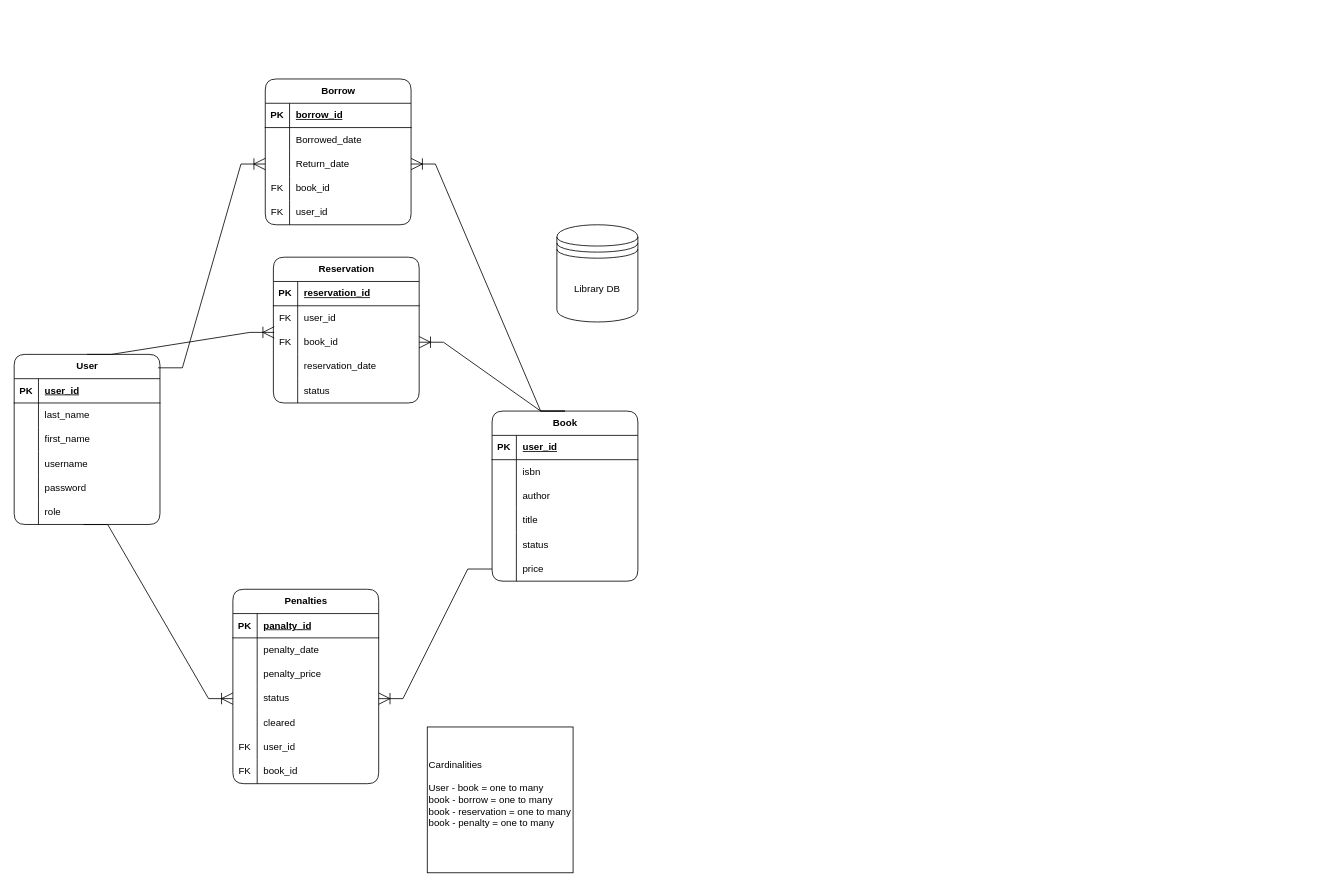
Above: library_system/librarysystemrevised.drawio in ellerib/AP3 (draw.io), before the change. Source tidied: cells renumbered, new cells numbered last; positions are measured from the earlier drawing's top-left corner, leaving out a move shared by most shapes. Both pictures are drawn from the tidied source at 81%, with x=0, y=0 at pixel (14, -51).
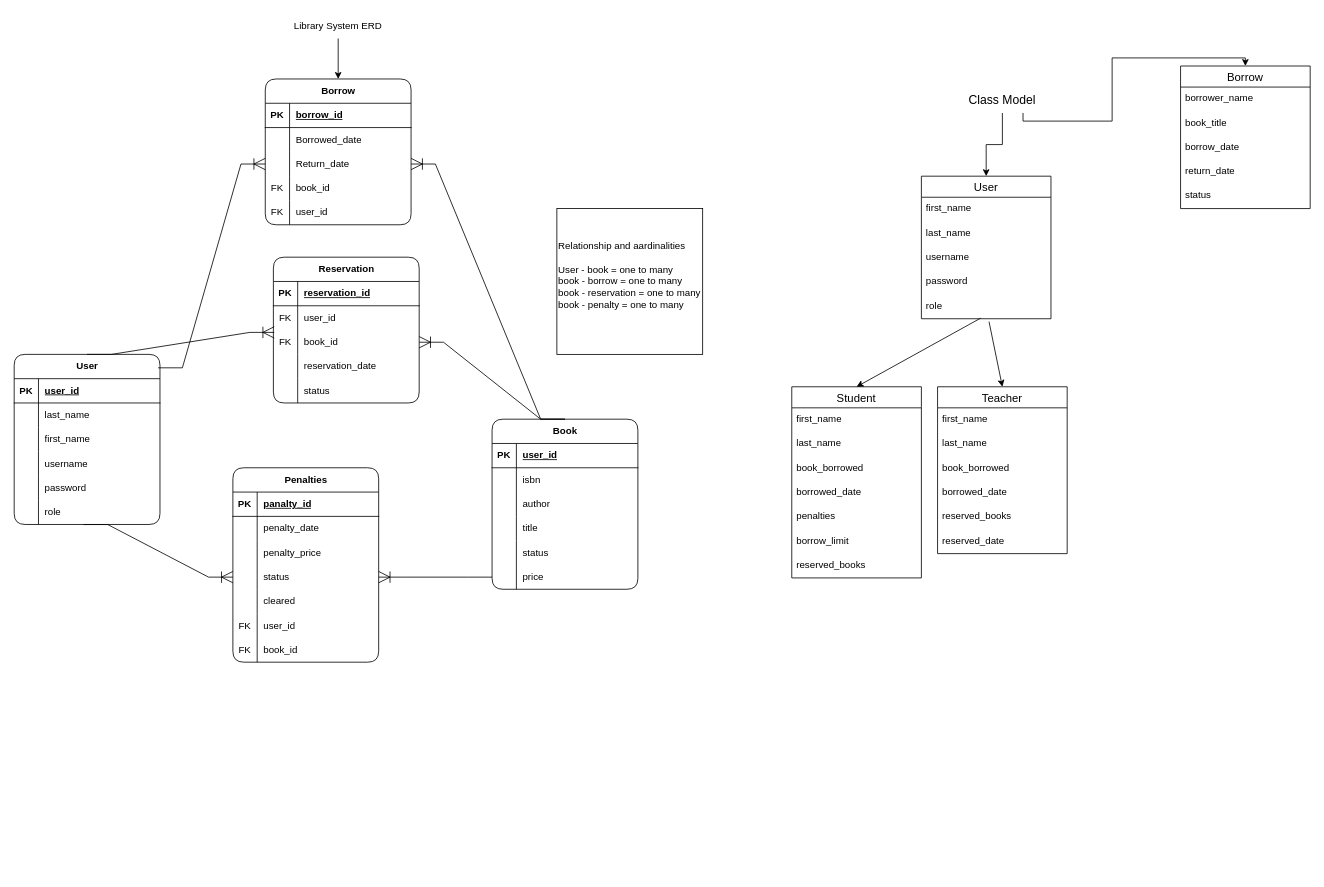
The same page after the edit.

Unchanged cells that the change refers to:
```xml
<mxCell id="41" value="Borrow" style="shape=table;startSize=30;childLayout=tableLayout;rowLines=0;fontStyle=1;align=center;html=1;rounded=1;" parent="1" vertex="1">
  <mxGeometry x="310" y="160" width="180" height="180" as="geometry" />
</mxCell>
```

What changed in the source:
```diff
@@
     <mxCell id="21" value="Book" style="shape=table;startSize=30;childLayout=tableLayout;rowLines=0;fontStyle=1;align=center;html=1;rounded=1;" parent="1" vertex="1">
-      <mxGeometry x="590" y="570" width="180" height="210" as="geometry" />
+      <mxGeometry x="590" y="580" width="180" height="210" as="geometry" />
     </mxCell>
@@
-    <mxCell id="40" value="Library DB" style="shape=datastore;whiteSpace=wrap;html=1;" parent="1" vertex="1">
-      <mxGeometry x="670" y="340" width="100" height="120" as="geometry" />
-    </mxCell>
@@
     <mxCell id="73" value="Penalties" style="shape=table;startSize=30;childLayout=tableLayout;rowLines=0;fontStyle=1;align=center;html=1;rounded=1;" parent="1" vertex="1">
-      <mxGeometry x="270" y="790" width="180" height="240" as="geometry" />
+      <mxGeometry x="270" y="640" width="180" height="240" as="geometry" />
     </mxCell>
@@
-    <mxCell id="101" value="&lt;div&gt;&lt;font&gt;Cardinalities&lt;/font&gt;&lt;/div&gt;&lt;div&gt;&lt;font&gt;&lt;br&gt;&lt;/font&gt;&lt;/div&gt;&lt;div&gt;&lt;font&gt;User - book = one to many&lt;/font&gt;&lt;/div&gt;&lt;div&gt;&lt;font&gt;book - borrow = one to many&lt;/font&gt;&lt;/div&gt;&lt;div&gt;&lt;font&gt;book - reservation = one to many&lt;/font&gt;&lt;/div&gt;&lt;div&gt;&lt;font&gt;book - penalty = one to many&lt;/font&gt;&lt;/div&gt;&lt;div&gt;&lt;br&gt;&lt;/div&gt;" style="whiteSpace=wrap;html=1;align=left;fontSize=12;" parent="1" vertex="1">
-      <mxGeometry x="510" y="960" width="180" height="180" as="geometry" />
+    <mxCell id="101" value="&lt;div&gt;&lt;font&gt;Relationship and aardinalities&lt;/font&gt;&lt;/div&gt;&lt;div&gt;&lt;font&gt;&lt;br&gt;&lt;/font&gt;&lt;/div&gt;&lt;div&gt;&lt;font&gt;User - book = one to many&lt;/font&gt;&lt;/div&gt;&lt;div&gt;&lt;font&gt;book - borrow = one to many&lt;/font&gt;&lt;/div&gt;&lt;div&gt;&lt;font&gt;book - reservation = one to many&lt;/font&gt;&lt;/div&gt;&lt;div&gt;&lt;font&gt;book - penalty = one to many&lt;/font&gt;&lt;/div&gt;&lt;div&gt;&lt;br&gt;&lt;/div&gt;" style="whiteSpace=wrap;html=1;align=left;fontSize=12;" parent="1" vertex="1">
+      <mxGeometry x="670" y="320" width="180" height="180" as="geometry" />
     </mxCell>
+    <mxCell id="102" value="User" style="swimlane;fontStyle=0;horizontal=1;startSize=26;align=center;fontSize=14;" parent="1" vertex="1">
+      <mxGeometry x="1120" y="280" width="160" height="176" as="geometry" />
+    </mxCell>
+    <mxCell id="103" value="first_name" style="text;strokeColor=none;fillColor=none;spacingLeft=4;spacingRight=4;overflow=hidden;fontSize=12;whiteSpace=wrap;html=1;" parent="102" vertex="1">
+      <mxGeometry y="26" width="160" height="30" as="geometry" />
+    </mxCell>
+    <mxCell id="104" value="last_name" style="text;strokeColor=none;fillColor=none;spacingLeft=4;spacingRight=4;overflow=hidden;fontSize=12;whiteSpace=wrap;html=1;" parent="102" vertex="1">
+      <mxGeometry y="56" width="160" height="30" as="geometry" />
+    </mxCell>
+    <mxCell id="105" value="username" style="text;strokeColor=none;fillColor=none;spacingLeft=4;spacingRight=4;overflow=hidden;fontSize=12;whiteSpace=wrap;html=1;" parent="102" vertex="1">
+      <mxGeometry y="86" width="160" height="30" as="geometry" />
+    </mxCell>
+    <mxCell id="106" value="password" style="text;strokeColor=none;fillColor=none;spacingLeft=4;spacingRight=4;overflow=hidden;fontSize=12;whiteSpace=wrap;html=1;" parent="102" vertex="1">
+      <mxGeometry y="116" width="160" height="30" as="geometry" />
+    </mxCell>
+    <mxCell id="107" value="role" style="text;strokeColor=none;fillColor=none;spacingLeft=4;spacingRight=4;overflow=hidden;points=[[0,0.5],[1,0.5]];portConstraint=eastwest;fontSize=12;whiteSpace=wrap;html=1;" parent="102" vertex="1">
+      <mxGeometry y="146" width="160" height="30" as="geometry" />
+    </mxCell>
+    <mxCell id="108" value="Student" style="swimlane;fontStyle=0;horizontal=1;startSize=26;align=center;fontSize=14;" parent="1" vertex="1">
+      <mxGeometry x="960" y="540" width="160" height="236" as="geometry" />
+    </mxCell>
+    <mxCell id="109" value="first_name" style="text;strokeColor=none;fillColor=none;spacingLeft=4;spacingRight=4;overflow=hidden;fontSize=12;whiteSpace=wrap;html=1;" parent="108" vertex="1">
+      <mxGeometry y="26" width="160" height="30" as="geometry" />
+    </mxCell>
+    <mxCell id="110" value="last_name" style="text;strokeColor=none;fillColor=none;spacingLeft=4;spacingRight=4;overflow=hidden;fontSize=12;whiteSpace=wrap;html=1;" parent="108" vertex="1">
+      <mxGeometry y="56" width="160" height="30" as="geometry" />
+    </mxCell>
+    <mxCell id="111" value="book_borrowed" style="text;strokeColor=none;fillColor=none;spacingLeft=4;spacingRight=4;overflow=hidden;fontSize=12;whiteSpace=wrap;html=1;" parent="108" vertex="1">
+      <mxGeometry y="86" width="160" height="30" as="geometry" />
+    </mxCell>
+    <mxCell id="112" value="borrowed_date" style="text;strokeColor=none;fillColor=none;spacingLeft=4;spacingRight=4;overflow=hidden;fontSize=12;whiteSpace=wrap;html=1;" parent="108" vertex="1">
+      <mxGeometry y="116" width="160" height="30" as="geometry" />
+    </mxCell>
+    <mxCell id="113" value="penalties&lt;div&gt;&lt;br&gt;&lt;/div&gt;" style="text;strokeColor=none;fillColor=none;spacingLeft=4;spacingRight=4;overflow=hidden;fontSize=12;whiteSpace=wrap;html=1;" parent="108" vertex="1">
+      <mxGeometry y="146" width="160" height="30" as="geometry" />
+    </mxCell>
+    <mxCell id="114" value="borrow_limit" style="text;strokeColor=none;fillColor=none;spacingLeft=4;spacingRight=4;overflow=hidden;fontSize=12;whiteSpace=wrap;html=1;" parent="108" vertex="1">
+      <mxGeometry y="176" width="160" height="30" as="geometry" />
+    </mxCell>
+    <mxCell id="115" value="reserved_books" style="text;strokeColor=none;fillColor=none;spacingLeft=4;spacingRight=4;overflow=hidden;fontSize=12;whiteSpace=wrap;html=1;" parent="108" vertex="1">
+      <mxGeometry y="206" width="160" height="30" as="geometry" />
+    </mxCell>
+    <mxCell id="116" style="endArrow=classic;html=1;rounded=0;entryX=0.5;entryY=0;entryDx=0;entryDy=0;exitX=0.458;exitY=0.974;exitDx=0;exitDy=0;exitPerimeter=0;" parent="1" edge="1" source="107" target="108">
+      <mxGeometry relative="1" as="geometry" />
+    </mxCell>
+    <mxCell id="117" value="Teacher" style="swimlane;fontStyle=0;horizontal=1;startSize=26;align=center;fontSize=14;" parent="1" vertex="1">
+      <mxGeometry x="1140" y="540" width="160" height="206" as="geometry" />
+    </mxCell>
+    <mxCell id="118" value="first_name" style="text;strokeColor=none;fillColor=none;spacingLeft=4;spacingRight=4;overflow=hidden;fontSize=12;whiteSpace=wrap;html=1;" parent="117" vertex="1">
+      <mxGeometry y="26" width="160" height="30" as="geometry" />
+    </mxCell>
+    <mxCell id="119" value="last_name" style="text;strokeColor=none;fillColor=none;spacingLeft=4;spacingRight=4;overflow=hidden;fontSize=12;whiteSpace=wrap;html=1;" parent="117" vertex="1">
+      <mxGeometry y="56" width="160" height="30" as="geometry" />
+    </mxCell>
+    <mxCell id="120" value="book_borrowed" style="text;strokeColor=none;fillColor=none;spacingLeft=4;spacingRight=4;overflow=hidden;fontSize=12;whiteSpace=wrap;html=1;" parent="117" vertex="1">
+      <mxGeometry y="86" width="160" height="30" as="geometry" />
+    </mxCell>
+    <mxCell id="121" value="borrowed_date" style="text;strokeColor=none;fillColor=none;spacingLeft=4;spacingRight=4;overflow=hidden;fontSize=12;whiteSpace=wrap;html=1;" parent="117" vertex="1">
+      <mxGeometry y="116" width="160" height="30" as="geometry" />
+    </mxCell>
+    <mxCell id="122" value="reserved_books" style="text;strokeColor=none;fillColor=none;spacingLeft=4;spacingRight=4;overflow=hidden;fontSize=12;whiteSpace=wrap;html=1;" parent="117" vertex="1">
+      <mxGeometry y="146" width="160" height="30" as="geometry" />
+    </mxCell>
+    <mxCell id="123" value="reserved_date" style="text;strokeColor=none;fillColor=none;spacingLeft=4;spacingRight=4;overflow=hidden;fontSize=12;whiteSpace=wrap;html=1;" parent="117" vertex="1">
+      <mxGeometry y="176" width="160" height="30" as="geometry" />
+    </mxCell>
+    <mxCell id="124" style="endArrow=classic;html=1;rounded=0;entryX=0.5;entryY=0;entryDx=0;entryDy=0;exitX=0.522;exitY=1.119;exitDx=0;exitDy=0;exitPerimeter=0;" parent="1" edge="1" source="107" target="117">
+      <mxGeometry relative="1" as="geometry" />
+    </mxCell>
+    <mxCell id="125" style="edgeStyle=orthogonalEdgeStyle;rounded=0;jettySize=auto;html=1;entryX=0.5;entryY=0;entryDx=0;entryDy=0;" parent="1" edge="1" source="126" target="102">
+      <mxGeometry relative="1" as="geometry" />
+    </mxCell>
+    <mxCell id="126" value="Class Model" style="text;strokeColor=none;align=center;fillColor=none;html=1;verticalAlign=middle;whiteSpace=wrap;rounded=0;fontSize=15;" parent="1" vertex="1">
+      <mxGeometry x="1169" y="170" width="102" height="32" as="geometry" />
+    </mxCell>
+    <mxCell id="127" style="edgeStyle=orthogonalEdgeStyle;rounded=0;jettySize=auto;html=1;exitX=0.5;exitY=1;exitDx=0;exitDy=0;entryX=0.5;entryY=0;entryDx=0;entryDy=0;" parent="1" edge="1" source="128" target="41">
+      <mxGeometry relative="1" as="geometry" />
+    </mxCell>
+    <mxCell id="128" value="Library System ERD" style="text;strokeColor=none;align=center;fillColor=none;html=1;verticalAlign=middle;whiteSpace=wrap;rounded=0;" parent="1" vertex="1">
+      <mxGeometry x="325" y="80" width="150" height="30" as="geometry" />
+    </mxCell>
+    <mxCell id="129" value="Borrow" style="swimlane;fontStyle=0;horizontal=1;startSize=26;align=center;fontSize=14;" parent="1" vertex="1">
+      <mxGeometry x="1440" y="144" width="160" height="176" as="geometry" />
+    </mxCell>
+    <mxCell id="130" value="borrower_name" style="text;strokeColor=none;fillColor=none;spacingLeft=4;spacingRight=4;overflow=hidden;fontSize=12;whiteSpace=wrap;html=1;" parent="129" vertex="1">
+      <mxGeometry y="26" width="160" height="30" as="geometry" />
+    </mxCell>
+    <mxCell id="131" value="book_title" style="text;strokeColor=none;fillColor=none;spacingLeft=4;spacingRight=4;overflow=hidden;fontSize=12;whiteSpace=wrap;html=1;" parent="129" vertex="1">
+      <mxGeometry y="56" width="160" height="30" as="geometry" />
+    </mxCell>
+    <mxCell id="132" value="borrow_date" style="text;strokeColor=none;fillColor=none;spacingLeft=4;spacingRight=4;overflow=hidden;fontSize=12;whiteSpace=wrap;html=1;" parent="129" vertex="1">
+      <mxGeometry y="86" width="160" height="30" as="geometry" />
+    </mxCell>
+    <mxCell id="133" value="return_date" style="text;strokeColor=none;fillColor=none;spacingLeft=4;spacingRight=4;overflow=hidden;fontSize=12;whiteSpace=wrap;html=1;" parent="129" vertex="1">
+      <mxGeometry y="116" width="160" height="30" as="geometry" />
+    </mxCell>
+    <mxCell id="134" value="status" style="text;strokeColor=none;fillColor=none;spacingLeft=4;spacingRight=4;overflow=hidden;fontSize=12;whiteSpace=wrap;html=1;" parent="129" vertex="1">
+      <mxGeometry y="146" width="160" height="30" as="geometry" />
+    </mxCell>
+    <mxCell id="135" style="endArrow=classic;html=1;rounded=0;exitX=0.75;exitY=1;exitDx=0;exitDy=0;entryX=0.5;entryY=0;entryDx=0;entryDy=0;edgeStyle=orthogonalEdgeStyle;" parent="1" edge="1" source="126" target="129">
+      <mxGeometry relative="1" as="geometry" />
+    </mxCell>
```
